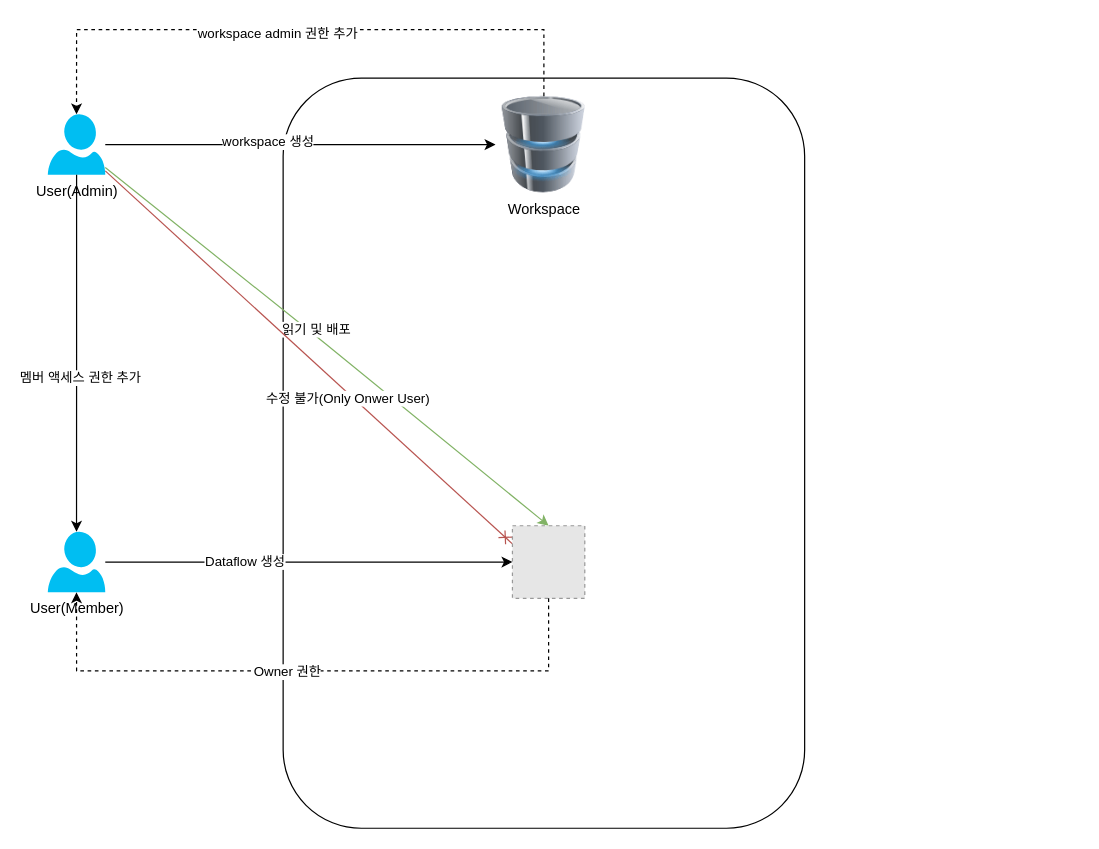
This is workspace.drawio from liamyoon/document, a draw.io file, before an edit. Source tidied: cells renumbered, new cells numbered last; positions are measured from the earlier drawing's top-left corner, leaving out a move shared by most shapes. Both pictures are drawn from the tidied source at 121%, with x=0, y=0 at pixel (47, 29). Pictures stored in the file or linked from it are replaced by grey dashed boxes.
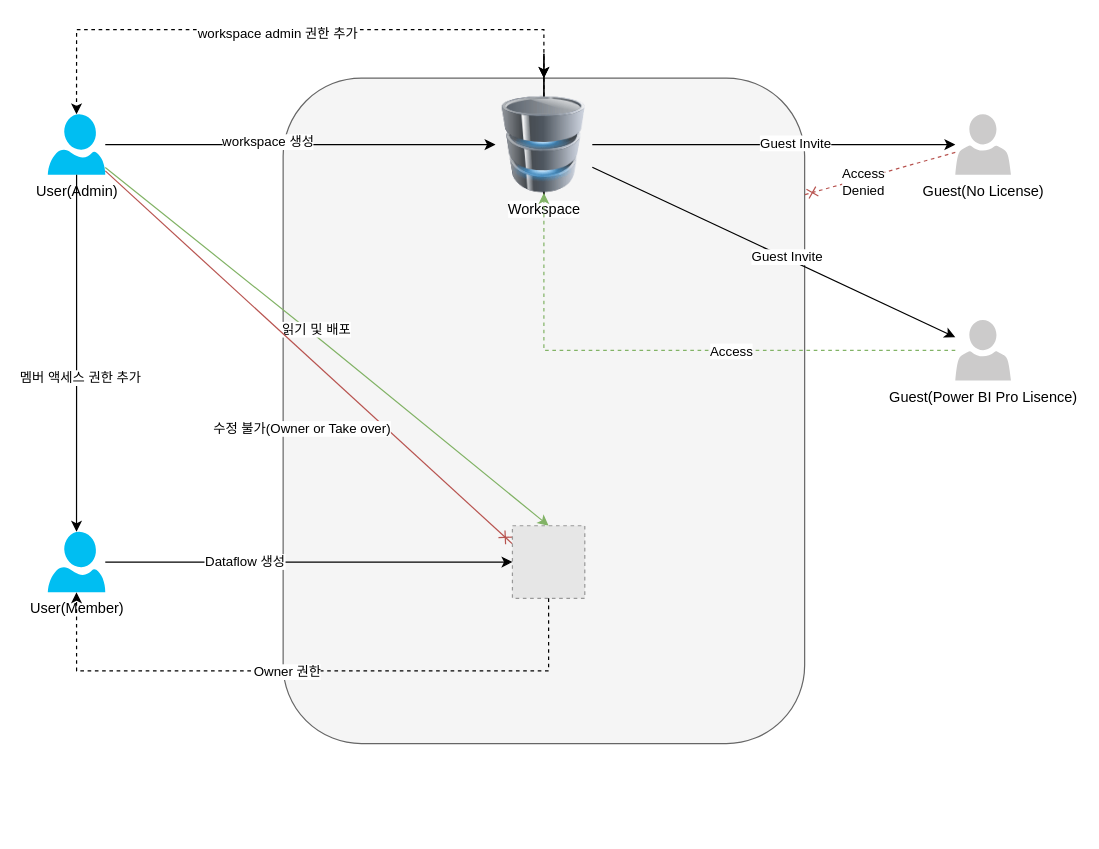
The same page after the edit.

Unchanged cells that the change refers to:
```xml
<mxCell id="7" style="rounded=0;jettySize=auto;html=1;entryX=0;entryY=0.25;entryDx=0;entryDy=0;fillColor=#f8cecc;strokeColor=#b85450;endArrow=cross;endFill=0;" parent="1" edge="1" source="9" target="11">
  <mxGeometry relative="1" as="geometry" />
</mxCell>
<mxCell id="10" value="Workspace" style="image;html=1;image=img/lib/clip_art/computers/Database_128x128.png;" parent="1" vertex="1">
  <mxGeometry x="370" y="55" width="80" height="80" as="geometry" />
</mxCell>
```

The edit, as a diff of the source:
```diff
@@
-    <mxCell id="2" style="rounded=1;whiteSpace=wrap;html=1;" parent="1" vertex="1">
-      <mxGeometry x="194.5" y="40" width="431" height="620" as="geometry" />
+    <mxCell id="2" style="rounded=1;whiteSpace=wrap;html=1;fillColor=#f5f5f5;fontColor=#333333;strokeColor=#666666;" parent="1" vertex="1">
+      <mxGeometry x="194.5" y="40" width="431" height="550" as="geometry" />
     </mxCell>
@@
-    <mxCell id="8" value="수정 불가(Only Onwer User)" style="edgeLabel;html=1;align=center;verticalAlign=middle;" parent="7" vertex="1">
-      <mxGeometry x="0.2" y="-3" relative="1" as="geometry" />
-    </mxCell>
+    <mxCell id="21" value="수정 불가(Owner or Take over)" style="edgeLabel;html=1;align=center;verticalAlign=middle;" parent="7" vertex="1">
+      <mxGeometry x="0.51" relative="1" as="geometry">
+        <mxPoint x="-92" y="-20" as="offset" />
+      </mxGeometry>
+    </mxCell>
@@
+    <mxCell id="22" style="edgeStyle=orthogonalEdgeStyle;rounded=0;jettySize=auto;html=1;" parent="1" edge="1" source="10" target="2">
+      <mxGeometry relative="1" as="geometry" />
+    </mxCell>
+    <mxCell id="23" style="edgeStyle=orthogonalEdgeStyle;rounded=0;jettySize=auto;html=1;" parent="1" edge="1" source="10" target="2">
+      <mxGeometry relative="1" as="geometry" />
+    </mxCell>
+    <mxCell id="24" style="edgeStyle=orthogonalEdgeStyle;rounded=0;jettySize=auto;html=1;" parent="1" edge="1" source="10" target="28">
+      <mxGeometry relative="1" as="geometry" />
+    </mxCell>
+    <mxCell id="25" value="Guest Invite" style="edgeLabel;html=1;align=center;verticalAlign=middle;" parent="24" vertex="1">
+      <mxGeometry x="0.11" y="2" relative="1" as="geometry" />
+    </mxCell>
+    <mxCell id="26" style="rounded=0;jettySize=auto;html=1;" parent="1" edge="1" source="10" target="31">
+      <mxGeometry relative="1" as="geometry" />
+    </mxCell>
+    <mxCell id="27" value="Guest Invite" style="edgeLabel;html=1;align=center;verticalAlign=middle;" parent="26" vertex="1">
+      <mxGeometry x="0.07" y="1" relative="1" as="geometry" />
+    </mxCell>
@@
+    <mxCell id="28" value="Guest(No License)" style="sketch=0;shadow=0;dashed=0;html=1;strokeColor=none;labelPosition=center;verticalLabelPosition=bottom;verticalAlign=top;outlineConnect=0;align=center;shape=mxgraph.office.users.user;fillColor=#CCCBCB;" parent="1" vertex="1">
+      <mxGeometry x="750" y="70" width="46" height="50" as="geometry" />
+    </mxCell>
+    <mxCell id="29" style="edgeStyle=orthogonalEdgeStyle;rounded=0;jettySize=auto;html=1;dashed=1;fillColor=#d5e8d4;strokeColor=#82b366;" parent="1" edge="1" source="31" target="10">
+      <mxGeometry relative="1" as="geometry" />
+    </mxCell>
+    <mxCell id="30" value="Access" style="edgeLabel;html=1;align=center;verticalAlign=middle;" parent="29" vertex="1">
+      <mxGeometry x="-0.21" relative="1" as="geometry" />
+    </mxCell>
+    <mxCell id="31" value="Guest(Power BI Pro Lisence)" style="sketch=0;shadow=0;dashed=0;html=1;strokeColor=none;labelPosition=center;verticalLabelPosition=bottom;verticalAlign=top;outlineConnect=0;align=center;shape=mxgraph.office.users.user;fillColor=#CCCBCB;" parent="1" vertex="1">
+      <mxGeometry x="750" y="240" width="46" height="50" as="geometry" />
+    </mxCell>
+    <mxCell id="32" style="rounded=0;jettySize=auto;html=1;entryX=0.997;entryY=0.176;entryDx=0;entryDy=0;entryPerimeter=0;dashed=1;endArrow=cross;endFill=0;fillColor=#f8cecc;strokeColor=#b85450;" parent="1" edge="1" source="28" target="2">
+      <mxGeometry relative="1" as="geometry" />
+    </mxCell>
+    <mxCell id="33" value="Access&lt;div&gt;Denied&lt;br&gt;&lt;/div&gt;" style="edgeLabel;html=1;align=center;verticalAlign=middle;" parent="32" vertex="1">
+      <mxGeometry x="0.22" y="2" relative="1" as="geometry" />
+    </mxCell>
```
